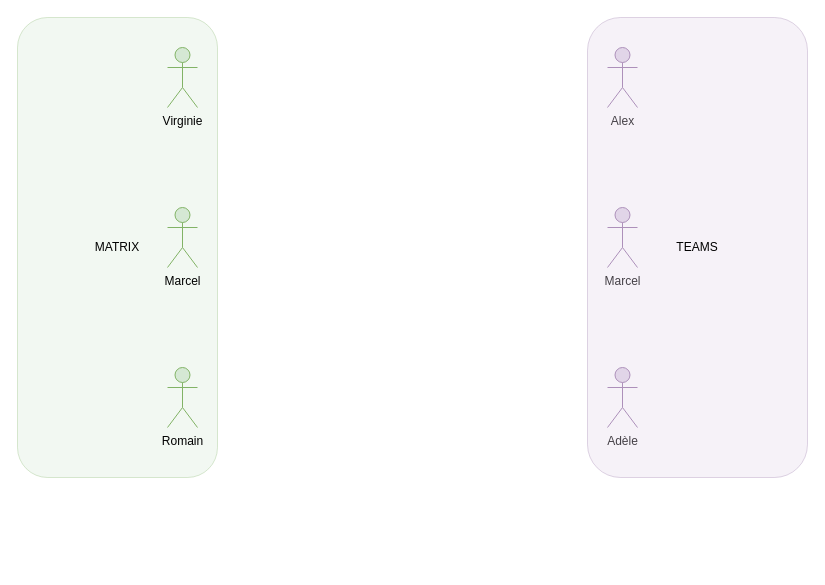
Earlier version of the draw.io diagram docs/bridge_and_puppets.drawio (eimis-ans/mx-puppet-teams). Source tidied: cells renumbered, new cells numbered last; positions are measured from the earlier drawing's top-left corner, leaving out a move shared by most shapes. Both pictures are drawn from the tidied source at 100%, with x=0, y=0 at pixel (17, 17).
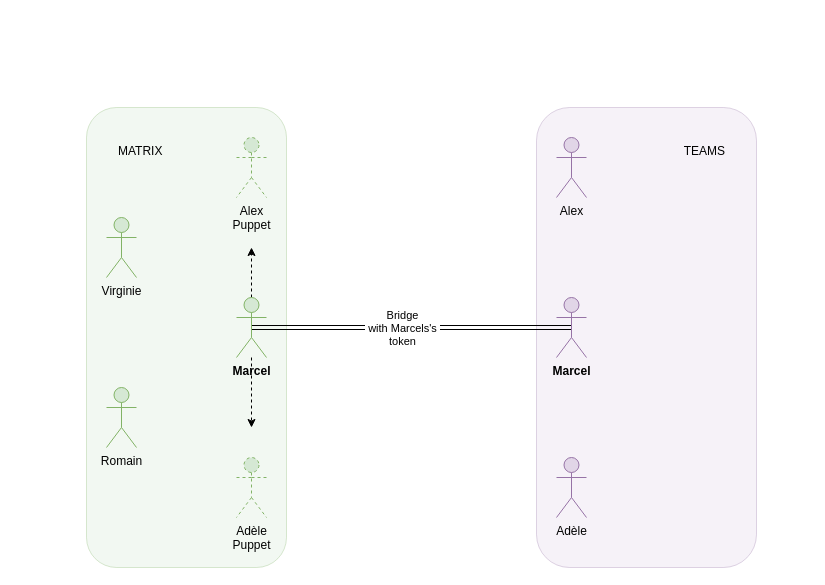
The same diagram, later.

Commit message (it also covers changes not shown here):
Mettre à jour bridge_and_puppets.drawio

Diff of the diagram source:
```diff
@@
 <mxGraphModel>
   <root>
     <mxCell id="0" />
     <mxCell id="1" parent="0" />
+    <mxCell id="9" value="TEAMS" style="rounded=1;html=1;fillColor=#e1d5e7;strokeColor=#9673a6;fillStyle=auto;glass=0;opacity=30;spacingRight=30;align=right;spacingTop=30;verticalAlign=top;" parent="1" vertex="1">
+      <mxGeometry x="519" y="90" width="220" height="460" as="geometry" />
+    </mxCell>
-    <mxCell id="2" value="MATRIX" style="rounded=1;whiteSpace=wrap;html=1;fillColor=#d5e8d4;strokeColor=#82b366;fillStyle=auto;glass=0;opacity=30;" parent="1" vertex="1">
-      <mxGeometry width="200" height="460" as="geometry" />
+    <mxCell id="2" value="MATRIX" style="rounded=1;whiteSpace=wrap;html=1;fillColor=#d5e8d4;strokeColor=#82b366;fillStyle=auto;glass=0;opacity=30;spacingLeft=30;align=left;verticalAlign=top;spacingBottom=0;spacingTop=30;" parent="1" vertex="1">
+      <mxGeometry x="69" y="90" width="200" height="460" as="geometry" />
     </mxCell>
+    <mxCell id="10" style="edgeStyle=orthogonalEdgeStyle;rounded=0;jettySize=auto;html=1;exitX=0.5;exitY=0.5;exitDx=0;exitDy=0;exitPerimeter=0;entryX=0.5;entryY=0.5;entryDx=0;entryDy=0;entryPerimeter=0;shape=link;verticalAlign=middle;labelPosition=center;verticalLabelPosition=middle;align=center;" parent="1" edge="1" source="3" target="6">
+      <mxGeometry relative="1" as="geometry" />
+    </mxCell>
+    <mxCell id="11" value="Bridge&lt;br&gt;&amp;nbsp;with Marcels's&amp;nbsp; &lt;br&gt;token" style="edgeLabel;html=1;align=center;verticalAlign=middle;" parent="10" vertex="1">
+      <mxGeometry x="0.06" relative="1" as="geometry" />
+    </mxCell>
-    <mxCell id="3" value="&lt;div&gt;Marcel&lt;br&gt;&lt;/div&gt;" style="shape=umlActor;verticalLabelPosition=bottom;verticalAlign=top;html=1;outlineConnect=0;fillColor=#e1d5e7;strokeColor=#9673a6;" parent="1" vertex="1">
-      <mxGeometry x="590" y="190" width="30" height="60" as="geometry" />
+    <mxCell id="3" value="&lt;div&gt;&lt;b&gt;Marcel&lt;br&gt;&lt;/b&gt;&lt;/div&gt;" style="shape=umlActor;verticalLabelPosition=bottom;verticalAlign=top;html=1;outlineConnect=0;fillColor=#e1d5e7;strokeColor=#9673a6;" parent="1" vertex="1">
+      <mxGeometry x="539" y="280" width="30" height="60" as="geometry" />
     </mxCell>
     <mxCell id="4" value="Romain" style="shape=umlActor;verticalLabelPosition=bottom;verticalAlign=top;html=1;fillColor=#d5e8d4;strokeColor=#82b366;" parent="1" vertex="1">
-      <mxGeometry x="150" y="350" width="30" height="60" as="geometry" />
+      <mxGeometry x="89" y="370" width="30" height="60" as="geometry" />
     </mxCell>
     <mxCell id="5" value="Adèle" style="shape=umlActor;verticalLabelPosition=bottom;verticalAlign=top;html=1;fillColor=#e1d5e7;strokeColor=#9673a6;" parent="1" vertex="1">
-      <mxGeometry x="590" y="350" width="30" height="60" as="geometry" />
+      <mxGeometry x="539" y="440" width="30" height="60" as="geometry" />
     </mxCell>
+    <mxCell id="12" style="edgeStyle=orthogonalEdgeStyle;rounded=0;jettySize=auto;html=1;exitX=0.5;exitY=0;exitDx=0;exitDy=0;exitPerimeter=0;dashed=1;" parent="1" edge="1" source="6">
+      <mxGeometry relative="1" as="geometry">
+        <mxPoint x="234" y="230" as="targetPoint" />
+      </mxGeometry>
+    </mxCell>
+    <mxCell id="13" style="edgeStyle=orthogonalEdgeStyle;rounded=0;jettySize=auto;html=1;dashed=1;" parent="1" edge="1" source="6">
+      <mxGeometry relative="1" as="geometry">
+        <mxPoint x="234" y="410" as="targetPoint" />
+      </mxGeometry>
+    </mxCell>
-    <mxCell id="6" value="Marcel" style="shape=umlActor;verticalLabelPosition=bottom;verticalAlign=top;html=1;outlineConnect=0;fillColor=#d5e8d4;strokeColor=#82b366;" parent="1" vertex="1">
-      <mxGeometry x="150" y="190" width="30" height="60" as="geometry" />
+    <mxCell id="6" value="Marcel" style="shape=umlActor;verticalLabelPosition=bottom;verticalAlign=top;html=1;outlineConnect=0;fillColor=#d5e8d4;strokeColor=#82b366;fontStyle=1;" parent="1" vertex="1">
+      <mxGeometry x="219" y="280" width="30" height="60" as="geometry" />
     </mxCell>
     <mxCell id="7" value="Alex" style="shape=umlActor;verticalLabelPosition=bottom;verticalAlign=top;html=1;fillColor=#e1d5e7;strokeColor=#9673a6;" parent="1" vertex="1">
-      <mxGeometry x="590" y="30" width="30" height="60" as="geometry" />
+      <mxGeometry x="539" y="120" width="30" height="60" as="geometry" />
     </mxCell>
     <mxCell id="8" value="Virginie" style="shape=umlActor;verticalLabelPosition=bottom;verticalAlign=top;html=1;fillColor=#d5e8d4;strokeColor=#82b366;" parent="1" vertex="1">
-      <mxGeometry x="150" y="30" width="30" height="60" as="geometry" />
+      <mxGeometry x="89" y="200" width="30" height="60" as="geometry" />
     </mxCell>
-    <mxCell id="9" value="TEAMS" style="rounded=1;whiteSpace=wrap;html=1;fillColor=#e1d5e7;strokeColor=#9673a6;fillStyle=auto;glass=0;opacity=30;" parent="1" vertex="1">
-      <mxGeometry x="570" width="220" height="460" as="geometry" />
-    </mxCell>
+    <mxCell id="14" value="Adèle&lt;br&gt;Puppet" style="shape=umlActor;verticalLabelPosition=bottom;verticalAlign=top;html=1;fillColor=#d5e8d4;strokeColor=#82b366;dashed=1;" parent="1" vertex="1">
+      <mxGeometry x="219" y="440" width="30" height="60" as="geometry" />
+    </mxCell>
+    <mxCell id="15" value="&lt;div&gt;Alex&lt;/div&gt;Puppet" style="shape=umlActor;verticalLabelPosition=bottom;verticalAlign=top;html=1;fillColor=#d5e8d4;strokeColor=#82b366;dashed=1;" parent="1" vertex="1">
+      <mxGeometry x="219" y="120" width="30" height="60" as="geometry" />
+    </mxCell>
   </root>
 </mxGraphModel>
```
